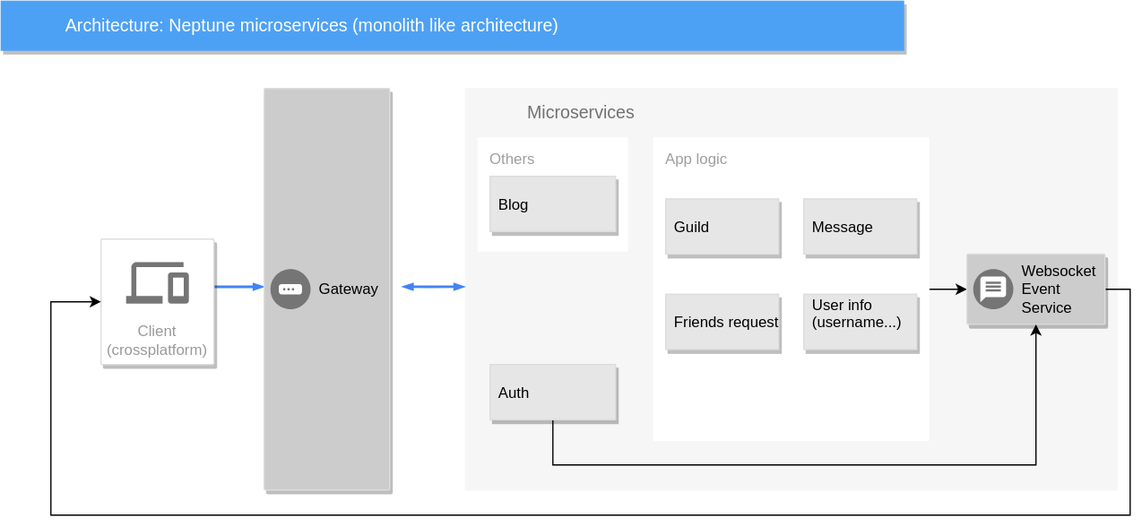
UchatOrg/guideline keeps this draw.io diagram as diagram/diagram.svg. Above is the earlier version. Source tidied: cells renumbered, new cells last; positions are measured from the earlier drawing's top-left corner, leaving out a move shared by most shapes.
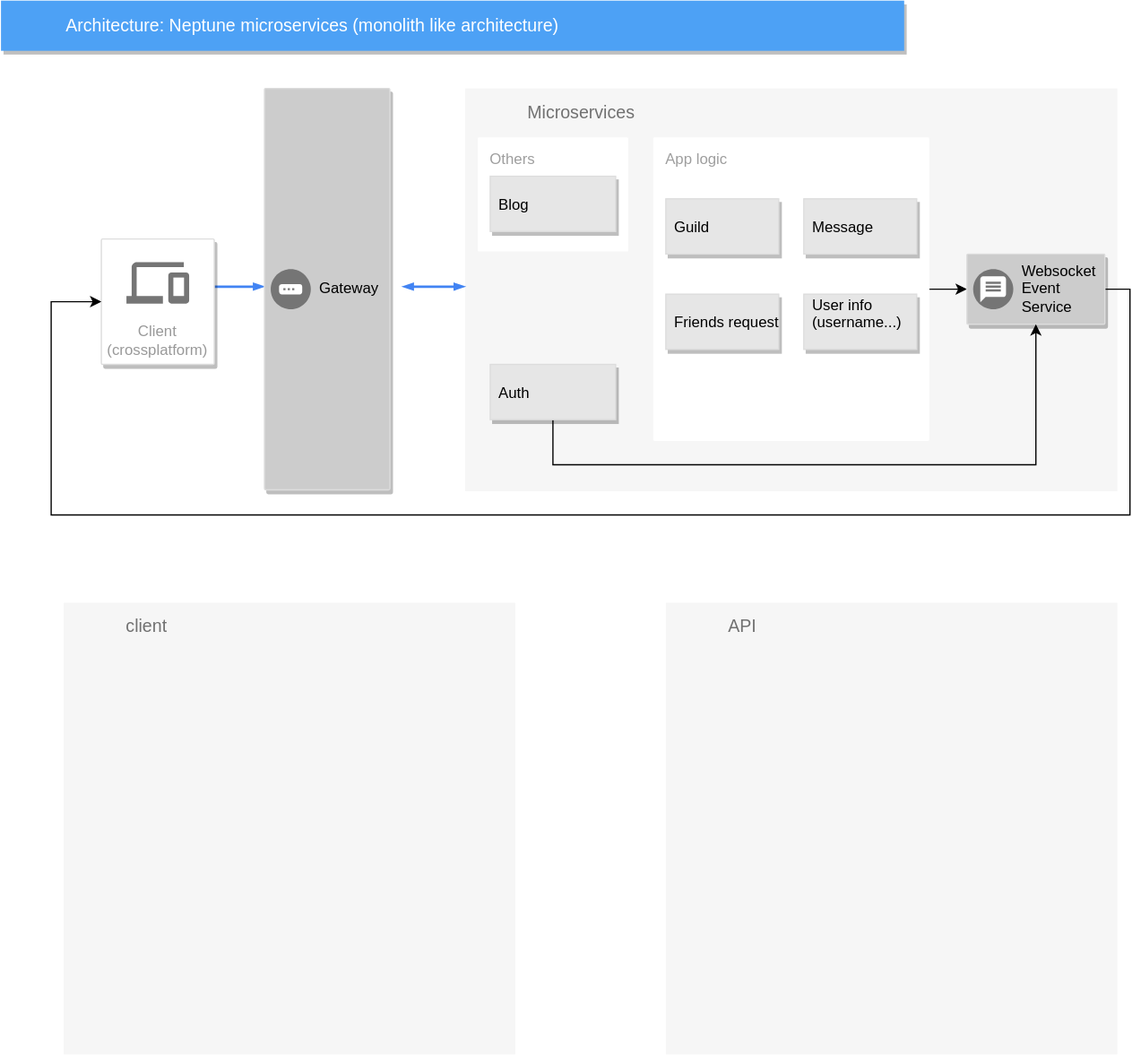
Later version of the same file.

What changed in the source:
```diff
@@ -3,7 +3,7 @@
     <mxCell id="0" />
     <mxCell id="1" parent="0" />
     <mxCell id="2" value="&lt;div&gt;Microservices&lt;/div&gt;" style="fillColor=#F6F6F6;strokeColor=none;shadow=0;gradientColor=none;fontSize=14;align=left;spacing=10;fontColor=#717171;9E9E9E;verticalAlign=top;spacingTop=-4;fontStyle=0;spacingLeft=40;html=1;" parent="1" vertex="1">
-      <mxGeometry x="370" y="69.5" width="520" height="321" as="geometry" />
+      <mxGeometry x="370" y="70" width="520" height="321" as="geometry" />
     </mxCell>
     <mxCell id="3" value="Architecture: Neptune microservices (monolith like architecture)" style="fillColor=#4DA1F5;strokeColor=none;shadow=1;gradientColor=none;fontSize=14;align=left;spacingLeft=50;fontColor=#ffffff;html=1;" parent="1" vertex="1">
       <mxGeometry width="720" height="40" as="geometry" />
@@ -96,5 +96,11 @@
     <mxCell id="22" value="Blog" style="dashed=0;strokeColor=#dddddd;shadow=1;strokeWidth=1;labelPosition=center;verticalLabelPosition=middle;align=left;verticalAlign=middle;spacingLeft=5;fontSize=12;fillColor=#E6E6E6;" parent="1" vertex="1">
       <mxGeometry x="390" y="140" width="100" height="44" as="geometry" />
     </mxCell>
+    <mxCell id="23" value="client " style="fillColor=#F6F6F6;strokeColor=none;shadow=0;gradientColor=none;fontSize=14;align=left;spacing=10;fontColor=#717171;9E9E9E;verticalAlign=top;spacingTop=-4;fontStyle=0;spacingLeft=40;html=1;" parent="1" vertex="1">
+      <mxGeometry x="50" y="480" width="360" height="360" as="geometry" />
+    </mxCell>
+    <mxCell id="24" value="API" style="fillColor=#F6F6F6;strokeColor=none;shadow=0;gradientColor=none;fontSize=14;align=left;spacing=10;fontColor=#717171;9E9E9E;verticalAlign=top;spacingTop=-4;fontStyle=0;spacingLeft=40;html=1;" parent="1" vertex="1">
+      <mxGeometry x="530" y="480" width="360" height="360" as="geometry" />
+    </mxCell>
   </root>
 </mxGraphModel>
```
